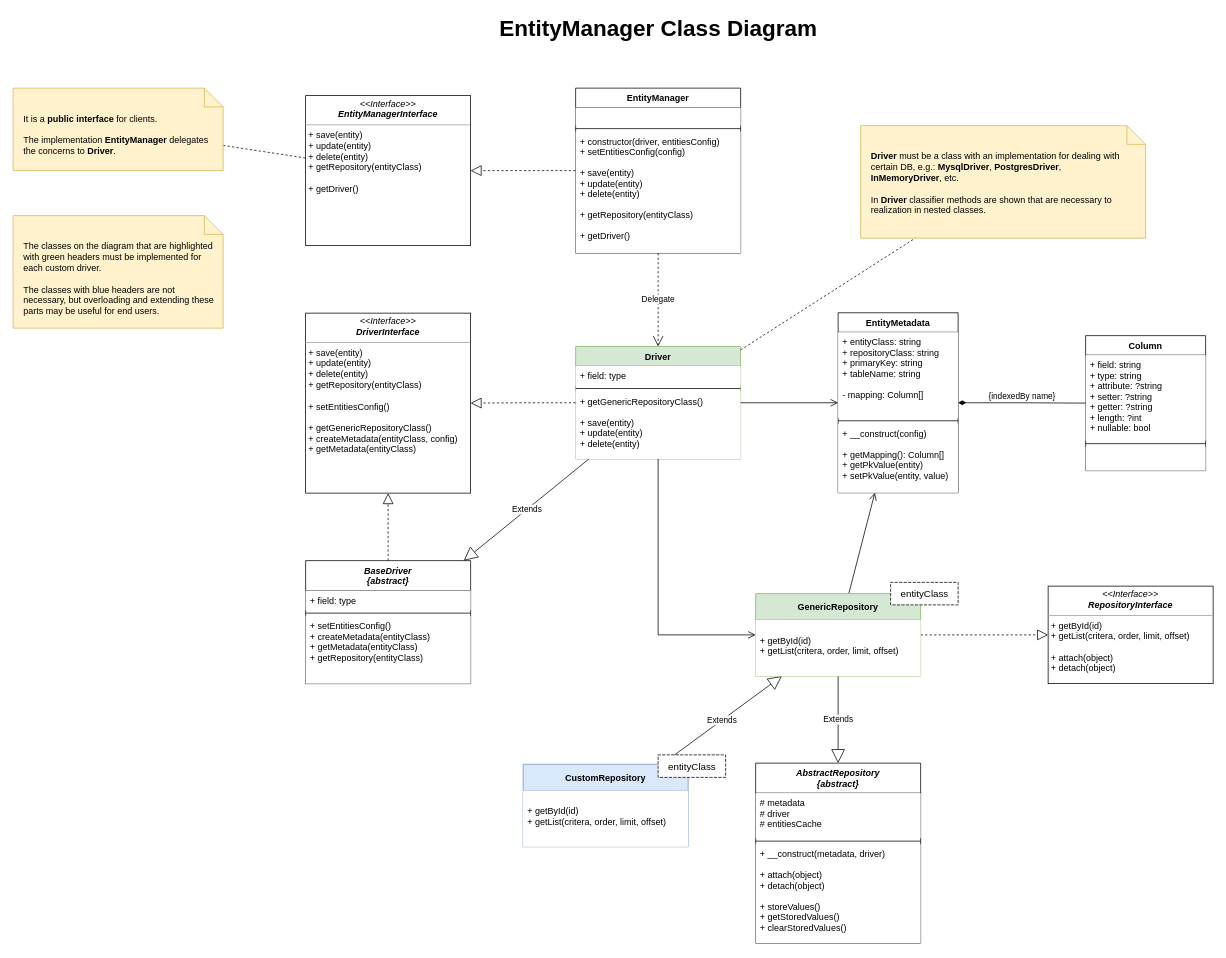
Above: docs/diagrams/draw.io/EntityManager - class diagram.drawio in enoffspb/php-entity-manager (draw.io), before the change. Source tidied: cells renumbered, new cells numbered last; positions are measured from the earlier drawing's top-left corner, leaving out a move shared by most shapes. Both pictures are drawn from the tidied source at 75%, with x=0, y=0 at pixel (13, 13).
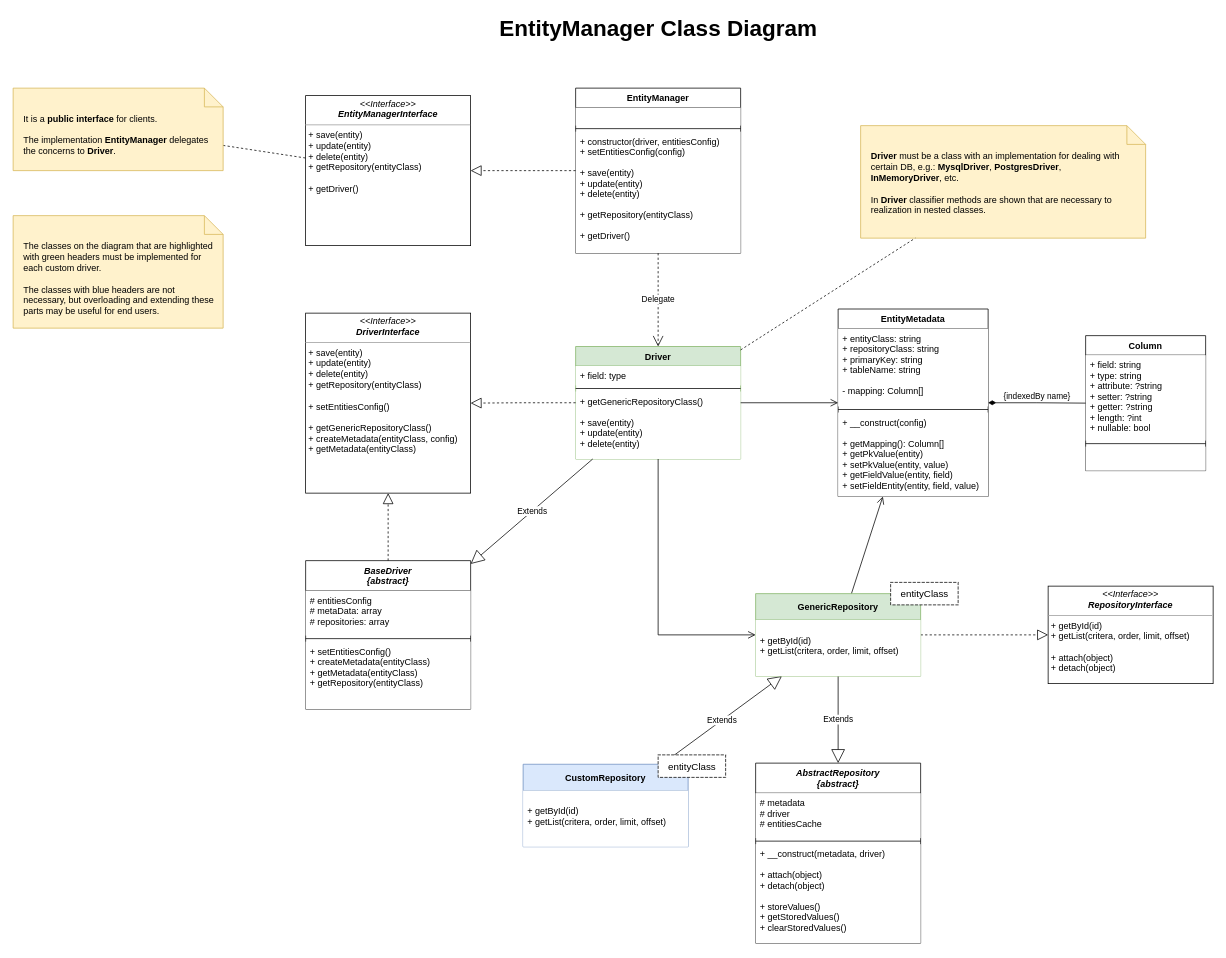
After the change.

Diff of the diagram source:
```diff
@@
     <mxCell id="3" value="EntityMetadata" style="swimlane;fontStyle=1;align=center;verticalAlign=top;horizontal=1;startSize=26;fillColor=default;" parent="1" vertex="1">
-      <mxGeometry x="1100" y="399.5" width="160" height="240" as="geometry" />
+      <mxGeometry x="1100" y="394.5" width="200" height="250" as="geometry" />
     </mxCell>
     <mxCell id="4" value="+ entityClass: string&#10;+ repositoryClass: string&#10;+ primaryKey: string&#10;+ tableName: string&#10;&#10;- mapping: Column[]" style="text;strokeColor=none;fillColor=default;align=left;verticalAlign=top;spacingLeft=4;spacingRight=4;overflow=hidden;" parent="3" vertex="1">
-      <mxGeometry y="26" width="160" height="114" as="geometry" />
+      <mxGeometry y="26" width="200" height="104" as="geometry" />
     </mxCell>
     <mxCell id="5" style="line;strokeWidth=1;fillColor=none;align=left;verticalAlign=middle;spacingTop=-1;spacingLeft=3;spacingRight=3;labelPosition=right;" parent="3" vertex="1">
-      <mxGeometry y="140" width="160" height="8" as="geometry" />
+      <mxGeometry y="130" width="200" height="8" as="geometry" />
     </mxCell>
-    <mxCell id="6" value="+ __construct(config)&#10;&#10;+ getMapping(): Column[]&#10;+ getPkValue(entity)&#10;+ setPkValue(entity, value)" style="text;strokeColor=none;fillColor=default;align=left;verticalAlign=top;spacingLeft=4;spacingRight=4;overflow=hidden;" parent="3" vertex="1">
-      <mxGeometry y="148" width="160" height="92" as="geometry" />
+    <mxCell id="6" value="+ __construct(config)&#10;&#10;+ getMapping(): Column[]&#10;+ getPkValue(entity)&#10;+ setPkValue(entity, value)&#10;+ getFieldValue(entity, field)&#10;+ setFieldEntity(entity, field, value)" style="text;strokeColor=none;fillColor=default;align=left;verticalAlign=top;spacingLeft=4;spacingRight=4;overflow=hidden;" parent="3" vertex="1">
+      <mxGeometry y="138" width="200" height="112" as="geometry" />
     </mxCell>
@@
     <mxCell id="28" value="BaseDriver&#10;{abstract}&#10;" style="swimlane;fontStyle=3;align=center;verticalAlign=top;horizontal=1;startSize=40;fillColor=default;" parent="1" vertex="1">
-      <mxGeometry x="390" y="730" width="220" height="164" as="geometry" />
+      <mxGeometry x="390" y="730" width="220" height="198" as="geometry" />
     </mxCell>
-    <mxCell id="29" value="+ field: type" style="text;strokeColor=none;fillColor=default;align=left;verticalAlign=top;spacingLeft=4;spacingRight=4;overflow=hidden;" parent="28" vertex="1">
-      <mxGeometry y="40" width="220" height="26" as="geometry" />
+    <mxCell id="29" value="# entitiesConfig&#10;# metaData: array&#10;# repositories: array&#10;" style="text;strokeColor=none;fillColor=default;align=left;verticalAlign=top;spacingLeft=4;spacingRight=4;overflow=hidden;" parent="28" vertex="1">
+      <mxGeometry y="40" width="220" height="60" as="geometry" />
     </mxCell>
     <mxCell id="30" style="line;strokeWidth=1;fillColor=default;align=left;verticalAlign=middle;spacingTop=-1;spacingLeft=3;spacingRight=3;labelPosition=right;" parent="28" vertex="1">
-      <mxGeometry y="66" width="220" height="8" as="geometry" />
+      <mxGeometry y="100" width="220" height="8" as="geometry" />
     </mxCell>
     <mxCell id="31" value="+ setEntitiesConfig()&#10;+ createMetadata(entityClass)&#10;+ getMetadata(entityClass)&#10;+ getRepository(entityClass)" style="text;strokeColor=none;fillColor=default;align=left;verticalAlign=top;spacingLeft=4;spacingRight=4;overflow=hidden;" parent="28" vertex="1">
-      <mxGeometry y="74" width="220" height="90" as="geometry" />
+      <mxGeometry y="108" width="220" height="90" as="geometry" />
     </mxCell>
```
